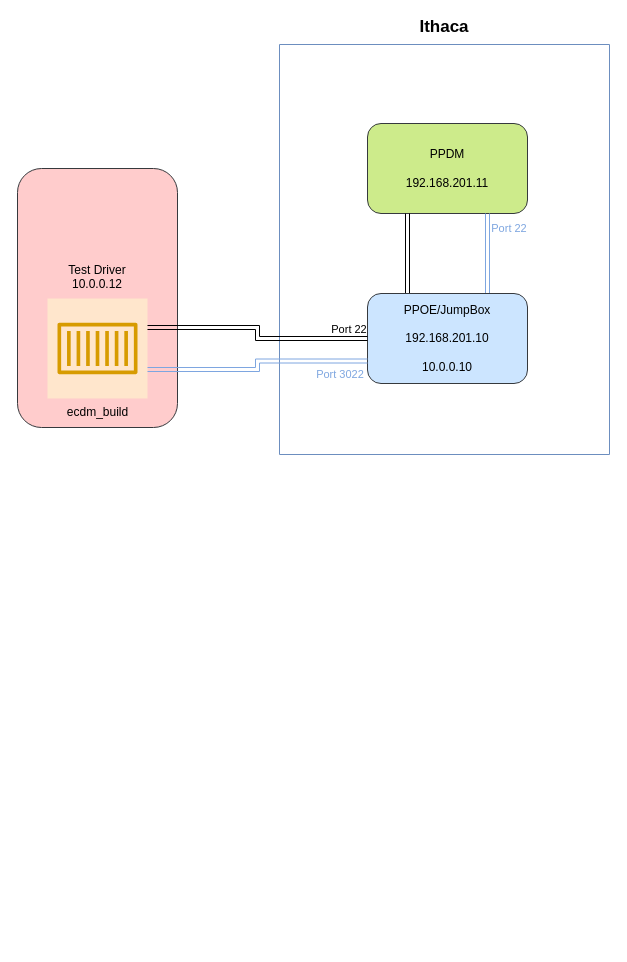
Earlier version of the draw.io diagram page "第 4 页" (4 of 6) of st/ssh_tunnel.drawio (gaivin/drawio). Source tidied: cells renumbered, new cells numbered last; positions are measured from the earlier drawing's top-left corner, leaving out a move shared by most shapes. Both pictures are drawn from the tidied source at 100%, with x=0, y=0 at pixel (17, 44).
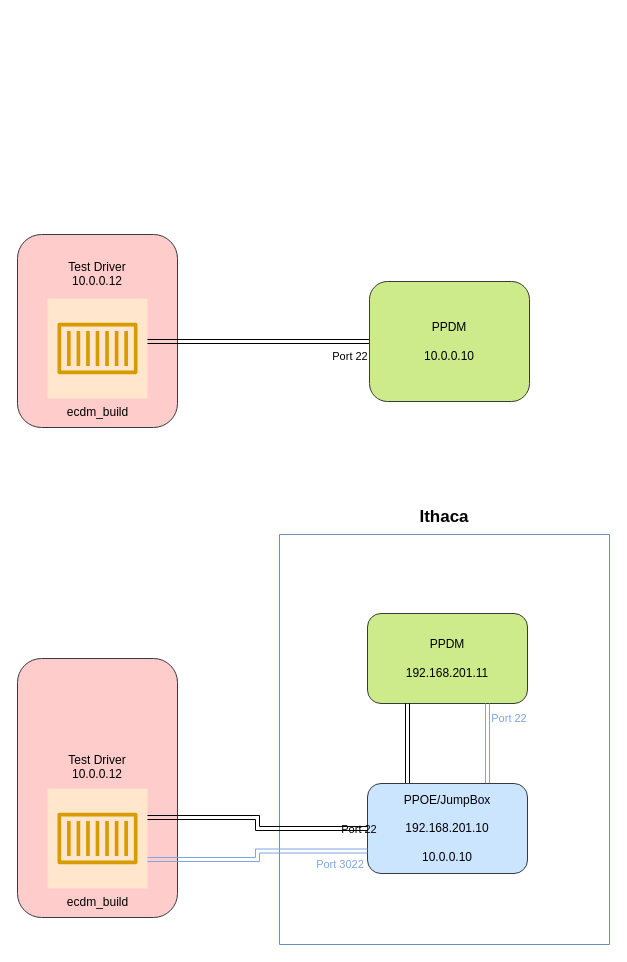
The same diagram, later.

The edit, as a diff of the source:
```diff
@@
 <mxGraphModel>
   <root>
     <mxCell id="0" />
     <mxCell id="1" parent="0" />
+    <mxCell id="10" value="Test Driver&lt;br&gt;10.0.0.12&lt;br&gt;&lt;br&gt;&lt;br&gt;&lt;br&gt;&lt;br&gt;&lt;br&gt;&lt;br&gt;&lt;br&gt;&lt;br&gt;" style="rounded=1;whiteSpace=wrap;html=1;fillColor=#ffcccc;strokeColor=#36393d;" parent="1" vertex="1">
+      <mxGeometry y="190" width="160" height="193" as="geometry" />
+    </mxCell>
+    <mxCell id="11" value="ecdm_build" style="sketch=0;outlineConnect=0;strokeColor=#d79b00;fillColor=#ffe6cc;dashed=0;verticalLabelPosition=bottom;verticalAlign=top;align=center;html=1;fontSize=12;fontStyle=0;shape=mxgraph.aws4.resourceIcon;resIcon=mxgraph.aws4.container_1;points=[[1,0.14,0,0,0],[1,0.29,0,0,0],[1,0.43,0,0,0],[1,0.57,0,0,0],[1,0.71,0,0,0],[1,0.86,0,0,0]];" parent="1" vertex="1">
+      <mxGeometry x="30" y="254" width="100" height="100" as="geometry" />
+    </mxCell>
+    <mxCell id="13" style="edgeStyle=orthogonalEdgeStyle;rounded=0;jettySize=auto;html=1;exitX=1;exitY=0.43;exitDx=0;exitDy=0;entryX=0;entryY=0.5;entryDx=0;entryDy=0;fontSize=17;fontColor=#CC0000;strokeWidth=1;shape=link;exitPerimeter=0;" parent="1" edge="1" source="11" target="3">
+      <mxGeometry relative="1" as="geometry" />
+    </mxCell>
     <mxCell id="2" value="Ithaca&#10;&#10;" style="swimlane;startSize=0;fontSize=17;fillColor=#dae8fc;strokeColor=#6c8ebf;" parent="1" vertex="1">
-      <mxGeometry x="262" width="330" height="410" as="geometry" />
+      <mxGeometry x="262" y="490" width="330" height="410" as="geometry" />
     </mxCell>
-    <mxCell id="3" value="PPDM&lt;br&gt;&lt;br&gt;192.168.201.11" style="rounded=1;whiteSpace=wrap;html=1;fillColor=#cdeb8b;strokeColor=#36393d;" parent="2" vertex="1">
-      <mxGeometry x="88" y="79" width="160" height="90" as="geometry" />
-    </mxCell>
-    <mxCell id="4" style="edgeStyle=orthogonalEdgeStyle;shape=link;rounded=0;jettySize=auto;html=1;exitX=0.25;exitY=0;exitDx=0;exitDy=0;entryX=0.25;entryY=1;entryDx=0;entryDy=0;strokeWidth=1;" parent="2" edge="1" source="6" target="3">
-      <mxGeometry relative="1" as="geometry" />
-    </mxCell>
-    <mxCell id="5" style="edgeStyle=orthogonalEdgeStyle;shape=link;rounded=0;jettySize=auto;html=1;exitX=0.75;exitY=0;exitDx=0;exitDy=0;entryX=0.75;entryY=1;entryDx=0;entryDy=0;fontSize=17;fontColor=#CC0000;strokeColor=#7EA6E0;strokeWidth=1;" parent="2" edge="1" source="6" target="3">
-      <mxGeometry relative="1" as="geometry" />
-    </mxCell>
+    <mxCell id="14" value="PPDM&lt;br&gt;&lt;br&gt;192.168.201.11" style="rounded=1;whiteSpace=wrap;html=1;fillColor=#cdeb8b;strokeColor=#36393d;" parent="2" vertex="1">
+      <mxGeometry x="88" y="79" width="160" height="90" as="geometry" />
+    </mxCell>
+    <mxCell id="15" style="edgeStyle=orthogonalEdgeStyle;shape=link;rounded=0;jettySize=auto;html=1;exitX=0.25;exitY=0;exitDx=0;exitDy=0;entryX=0.25;entryY=1;entryDx=0;entryDy=0;strokeWidth=1;" parent="2" edge="1" source="6" target="14">
+      <mxGeometry relative="1" as="geometry" />
+    </mxCell>
+    <mxCell id="16" style="edgeStyle=orthogonalEdgeStyle;shape=link;rounded=0;jettySize=auto;html=1;exitX=0.75;exitY=0;exitDx=0;exitDy=0;entryX=0.75;entryY=1;entryDx=0;entryDy=0;fontSize=17;fontColor=#CC0000;strokeColor=#7EA6E0;strokeWidth=1;" parent="2" edge="1" source="6" target="14">
+      <mxGeometry relative="1" as="geometry" />
+    </mxCell>
     <mxCell id="6" value="PPOE/JumpBox&lt;br&gt;&lt;br&gt;192.168.201.10&lt;br&gt;&lt;br&gt;10.0.0.10" style="rounded=1;whiteSpace=wrap;html=1;fillColor=#cce5ff;strokeColor=#36393d;" parent="2" vertex="1">
       <mxGeometry x="88" y="249" width="160" height="90" as="geometry" />
     </mxCell>
     <mxCell id="7" value="Port 22" style="text;html=1;strokeColor=none;fillColor=none;align=center;verticalAlign=middle;whiteSpace=wrap;rounded=0;fontSize=11;fontColor=#7EA6E0;" parent="2" vertex="1">
       <mxGeometry x="200" y="169" width="60" height="30" as="geometry" />
     </mxCell>
-    <mxCell id="8" value="Port 22" style="text;html=1;strokeColor=none;fillColor=none;align=center;verticalAlign=middle;whiteSpace=wrap;rounded=0;fontSize=11;fontColor=#000000;" parent="2" vertex="1">
-      <mxGeometry x="40" y="270" width="60" height="30" as="geometry" />
-    </mxCell>
     <mxCell id="9" value="Port 3022" style="text;html=1;strokeColor=none;fillColor=none;align=center;verticalAlign=middle;whiteSpace=wrap;rounded=0;fontSize=11;fontColor=#7EA6E0;" parent="2" vertex="1">
       <mxGeometry x="31" y="315" width="60" height="30" as="geometry" />
     </mxCell>
-    <mxCell id="10" value="Test Driver&lt;br&gt;10.0.0.12&lt;br&gt;&lt;br&gt;&lt;br&gt;&lt;br&gt;" style="rounded=1;whiteSpace=wrap;html=1;fillColor=#ffcccc;strokeColor=#36393d;" parent="1" vertex="1">
-      <mxGeometry y="124" width="160" height="259" as="geometry" />
-    </mxCell>
-    <mxCell id="11" value="ecdm_build" style="sketch=0;outlineConnect=0;strokeColor=#d79b00;fillColor=#ffe6cc;dashed=0;verticalLabelPosition=bottom;verticalAlign=top;align=center;html=1;fontSize=12;fontStyle=0;shape=mxgraph.aws4.resourceIcon;resIcon=mxgraph.aws4.container_1;points=[[1,0.14,0,0,0],[1,0.29,0,0,0],[1,0.43,0,0,0],[1,0.57,0,0,0],[1,0.71,0,0,0],[1,0.86,0,0,0]];" parent="1" vertex="1">
-      <mxGeometry x="30" y="254" width="100" height="100" as="geometry" />
-    </mxCell>
-    <mxCell id="12" style="edgeStyle=orthogonalEdgeStyle;rounded=0;jettySize=auto;html=1;exitX=1;exitY=0.71;exitDx=0;exitDy=0;strokeWidth=1;shape=link;entryX=0;entryY=0.75;entryDx=0;entryDy=0;strokeColor=#7EA6E0;exitPerimeter=0;" parent="1" edge="1" source="11" target="6">
-      <mxGeometry relative="1" as="geometry" />
-    </mxCell>
-    <mxCell id="13" style="edgeStyle=orthogonalEdgeStyle;rounded=0;jettySize=auto;html=1;exitX=1;exitY=0.29;exitDx=0;exitDy=0;entryX=0;entryY=0.5;entryDx=0;entryDy=0;fontSize=17;fontColor=#CC0000;strokeWidth=1;shape=link;exitPerimeter=0;" parent="1" edge="1" source="11" target="6">
-      <mxGeometry relative="1" as="geometry" />
-    </mxCell>
+    <mxCell id="17" value="Test Driver&lt;br&gt;10.0.0.12&lt;br&gt;&lt;br&gt;&lt;br&gt;&lt;br&gt;" style="rounded=1;whiteSpace=wrap;html=1;fillColor=#ffcccc;strokeColor=#36393d;" parent="1" vertex="1">
+      <mxGeometry y="614" width="160" height="259" as="geometry" />
+    </mxCell>
+    <mxCell id="18" value="ecdm_build" style="sketch=0;outlineConnect=0;strokeColor=#d79b00;fillColor=#ffe6cc;dashed=0;verticalLabelPosition=bottom;verticalAlign=top;align=center;html=1;fontSize=12;fontStyle=0;shape=mxgraph.aws4.resourceIcon;resIcon=mxgraph.aws4.container_1;points=[[1,0.14,0,0,0],[1,0.29,0,0,0],[1,0.43,0,0,0],[1,0.57,0,0,0],[1,0.71,0,0,0],[1,0.86,0,0,0]];" parent="1" vertex="1">
+      <mxGeometry x="30" y="744" width="100" height="100" as="geometry" />
+    </mxCell>
+    <mxCell id="19" style="edgeStyle=orthogonalEdgeStyle;rounded=0;jettySize=auto;html=1;exitX=1;exitY=0.71;exitDx=0;exitDy=0;strokeWidth=1;shape=link;entryX=0;entryY=0.75;entryDx=0;entryDy=0;strokeColor=#7EA6E0;exitPerimeter=0;" parent="1" edge="1" source="18" target="6">
+      <mxGeometry relative="1" as="geometry" />
+    </mxCell>
+    <mxCell id="20" style="edgeStyle=orthogonalEdgeStyle;rounded=0;jettySize=auto;html=1;exitX=1;exitY=0.29;exitDx=0;exitDy=0;entryX=0;entryY=0.5;entryDx=0;entryDy=0;fontSize=17;fontColor=#CC0000;strokeWidth=1;shape=link;exitPerimeter=0;" parent="1" edge="1" source="18" target="6">
+      <mxGeometry relative="1" as="geometry" />
+    </mxCell>
+    <mxCell id="3" value="PPDM&lt;br&gt;&lt;br&gt;10.0.0.10" style="rounded=1;whiteSpace=wrap;html=1;fillColor=#cdeb8b;strokeColor=#36393d;" parent="1" vertex="1">
+      <mxGeometry x="352" y="237" width="160" height="120" as="geometry" />
+    </mxCell>
+    <mxCell id="21" value="Port 22" style="text;html=1;strokeColor=none;fillColor=none;align=center;verticalAlign=middle;whiteSpace=wrap;rounded=0;fontSize=11;fontColor=#000000;" parent="1" vertex="1">
+      <mxGeometry x="312" y="770" width="60" height="30" as="geometry" />
+    </mxCell>
+    <mxCell id="22" value="Port 22" style="text;html=1;strokeColor=none;fillColor=none;align=center;verticalAlign=middle;whiteSpace=wrap;rounded=0;fontSize=11;fontColor=#000000;" parent="1" vertex="1">
+      <mxGeometry x="303" y="297" width="60" height="30" as="geometry" />
+    </mxCell>
   </root>
 </mxGraphModel>
```
